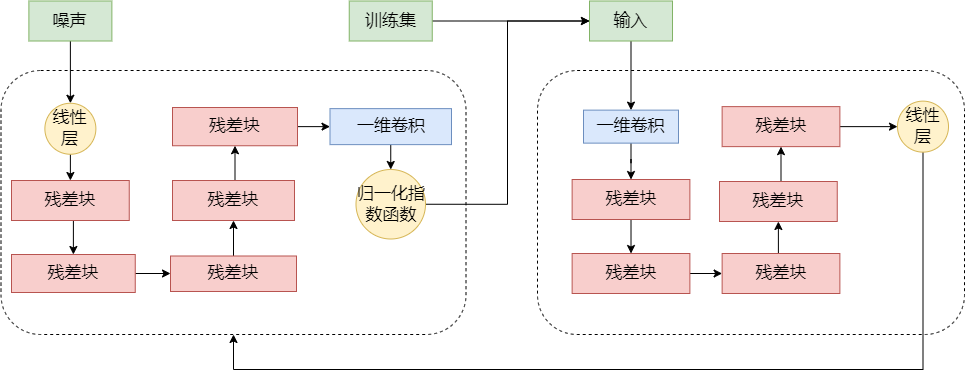
This is passgan-structure.drawio.png from lakomi/pictures, a draw.io export, as it was before one commit. Source tidied: cells renumbered, new cells last; positions are measured from the earlier drawing's top-left corner, leaving out a move shared by most shapes.
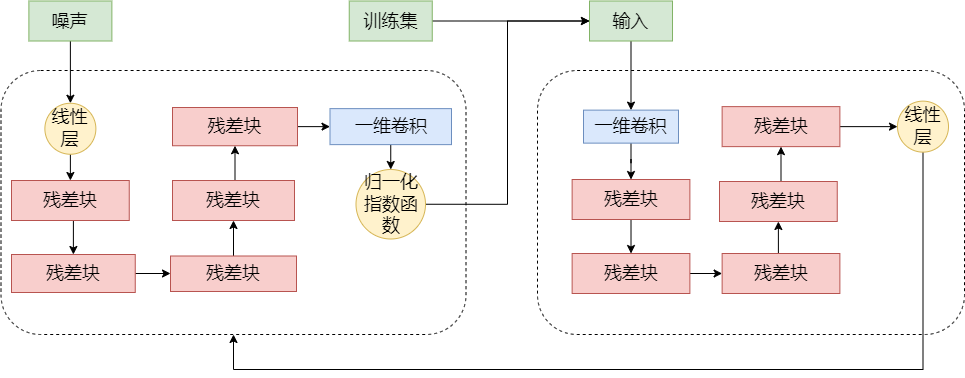
Above is the later version.

The edit, as a diff of the source:
```diff
@@ -2,115 +2,115 @@
   <root>
     <mxCell id="0" />
     <mxCell id="1" parent="0" />
-    <mxCell id="2" style="rounded=1;whiteSpace=wrap;html=1;fontSize=17;dashed=1;" parent="1" vertex="1">
+    <mxCell id="2" style="rounded=1;whiteSpace=wrap;html=1;fontSize=18;dashed=1;" parent="1" vertex="1">
       <mxGeometry x="-0.5" y="70" width="465" height="264" as="geometry" />
     </mxCell>
-    <mxCell id="3" style="edgeStyle=orthogonalEdgeStyle;rounded=0;jettySize=auto;html=1;exitX=0.5;exitY=1;exitDx=0;exitDy=0;entryX=0.5;entryY=0;entryDx=0;entryDy=0;" parent="1" edge="1" source="4" target="6">
+    <mxCell id="3" style="edgeStyle=orthogonalEdgeStyle;rounded=0;jettySize=auto;html=1;exitX=0.5;exitY=1;exitDx=0;exitDy=0;entryX=0.5;entryY=0;entryDx=0;entryDy=0;fontSize=18;" parent="1" edge="1" source="4" target="6">
       <mxGeometry relative="1" as="geometry" />
     </mxCell>
-    <mxCell id="4" value="噪声" style="rounded=0;whiteSpace=wrap;html=1;fontSize=17;fillColor=#d5e8d4;strokeColor=#82b366;" parent="1" vertex="1">
+    <mxCell id="4" value="噪声" style="rounded=0;whiteSpace=wrap;html=1;fontSize=18;fillColor=#d5e8d4;strokeColor=#82b366;" parent="1" vertex="1">
       <mxGeometry x="27.4" y="0.5" width="83" height="40" as="geometry" />
     </mxCell>
-    <mxCell id="5" style="edgeStyle=orthogonalEdgeStyle;rounded=0;jettySize=auto;html=1;exitX=0.5;exitY=1;exitDx=0;exitDy=0;entryX=0.5;entryY=0;entryDx=0;entryDy=0;fontSize=17;" parent="1" edge="1" source="6" target="8">
+    <mxCell id="5" style="edgeStyle=orthogonalEdgeStyle;rounded=0;jettySize=auto;html=1;exitX=0.5;exitY=1;exitDx=0;exitDy=0;entryX=0.5;entryY=0;entryDx=0;entryDy=0;fontSize=18;" parent="1" edge="1" source="6" target="8">
       <mxGeometry relative="1" as="geometry" />
     </mxCell>
-    <mxCell id="6" value="线性层" style="ellipse;whiteSpace=wrap;html=1;fontSize=17;fillColor=#fff2cc;strokeColor=#d6b656;" parent="1" vertex="1">
+    <mxCell id="6" value="线性层" style="ellipse;whiteSpace=wrap;html=1;fontSize=18;fillColor=#fff2cc;strokeColor=#d6b656;" parent="1" vertex="1">
       <mxGeometry x="43.4" y="102.8" width="51" height="51" as="geometry" />
     </mxCell>
-    <mxCell id="7" style="edgeStyle=orthogonalEdgeStyle;rounded=0;jettySize=auto;html=1;exitX=0.5;exitY=1;exitDx=0;exitDy=0;entryX=0.5;entryY=0;entryDx=0;entryDy=0;fontSize=17;" parent="1" edge="1" source="8" target="10">
+    <mxCell id="7" style="edgeStyle=orthogonalEdgeStyle;rounded=0;jettySize=auto;html=1;exitX=0.5;exitY=1;exitDx=0;exitDy=0;entryX=0.5;entryY=0;entryDx=0;entryDy=0;fontSize=18;" parent="1" edge="1" source="8" target="10">
       <mxGeometry relative="1" as="geometry" />
     </mxCell>
-    <mxCell id="8" value="残差块" style="rounded=0;whiteSpace=wrap;html=1;fontSize=17;fillColor=#f8cecc;strokeColor=#b85450;" parent="1" vertex="1">
+    <mxCell id="8" value="残差块" style="rounded=0;whiteSpace=wrap;html=1;fontSize=18;fillColor=#f8cecc;strokeColor=#b85450;" parent="1" vertex="1">
       <mxGeometry x="10" y="180" width="117.8" height="40" as="geometry" />
     </mxCell>
-    <mxCell id="9" style="edgeStyle=orthogonalEdgeStyle;rounded=0;jettySize=auto;html=1;exitX=1;exitY=0.5;exitDx=0;exitDy=0;entryX=0;entryY=0.5;entryDx=0;entryDy=0;fontSize=17;" parent="1" edge="1" source="10" target="12">
+    <mxCell id="9" style="edgeStyle=orthogonalEdgeStyle;rounded=0;jettySize=auto;html=1;exitX=1;exitY=0.5;exitDx=0;exitDy=0;entryX=0;entryY=0.5;entryDx=0;entryDy=0;fontSize=18;" parent="1" edge="1" source="10" target="12">
       <mxGeometry relative="1" as="geometry" />
     </mxCell>
-    <mxCell id="10" value="残差块" style="rounded=0;whiteSpace=wrap;html=1;fontSize=17;fillColor=#f8cecc;strokeColor=#b85450;" parent="1" vertex="1">
+    <mxCell id="10" value="残差块" style="rounded=0;whiteSpace=wrap;html=1;fontSize=18;fillColor=#f8cecc;strokeColor=#b85450;" parent="1" vertex="1">
       <mxGeometry x="10" y="254" width="123.8" height="38" as="geometry" />
     </mxCell>
-    <mxCell id="11" style="edgeStyle=orthogonalEdgeStyle;rounded=0;jettySize=auto;html=1;exitX=0.5;exitY=0;exitDx=0;exitDy=0;entryX=0.5;entryY=1;entryDx=0;entryDy=0;fontSize=17;" parent="1" edge="1" source="12" target="14">
+    <mxCell id="11" style="edgeStyle=orthogonalEdgeStyle;rounded=0;jettySize=auto;html=1;exitX=0.5;exitY=0;exitDx=0;exitDy=0;entryX=0.5;entryY=1;entryDx=0;entryDy=0;fontSize=18;" parent="1" edge="1" source="12" target="14">
       <mxGeometry relative="1" as="geometry" />
     </mxCell>
-    <mxCell id="12" value="残差块" style="rounded=0;whiteSpace=wrap;html=1;fontSize=17;fillColor=#f8cecc;strokeColor=#b85450;" parent="1" vertex="1">
+    <mxCell id="12" value="残差块" style="rounded=0;whiteSpace=wrap;html=1;fontSize=18;fillColor=#f8cecc;strokeColor=#b85450;" parent="1" vertex="1">
       <mxGeometry x="169" y="255.5" width="126" height="35.5" as="geometry" />
     </mxCell>
-    <mxCell id="13" style="edgeStyle=orthogonalEdgeStyle;rounded=0;jettySize=auto;html=1;exitX=0.5;exitY=0;exitDx=0;exitDy=0;entryX=0.5;entryY=1;entryDx=0;entryDy=0;fontSize=17;" parent="1" edge="1" source="14" target="16">
+    <mxCell id="13" style="edgeStyle=orthogonalEdgeStyle;rounded=0;jettySize=auto;html=1;exitX=0.5;exitY=0;exitDx=0;exitDy=0;entryX=0.5;entryY=1;entryDx=0;entryDy=0;fontSize=18;" parent="1" edge="1" source="14" target="16">
       <mxGeometry relative="1" as="geometry" />
     </mxCell>
-    <mxCell id="14" value="残差块" style="rounded=0;whiteSpace=wrap;html=1;fontSize=17;fillColor=#f8cecc;strokeColor=#b85450;" parent="1" vertex="1">
+    <mxCell id="14" value="残差块" style="rounded=0;whiteSpace=wrap;html=1;fontSize=18;fillColor=#f8cecc;strokeColor=#b85450;" parent="1" vertex="1">
       <mxGeometry x="171" y="180" width="122" height="40" as="geometry" />
     </mxCell>
-    <mxCell id="15" style="edgeStyle=orthogonalEdgeStyle;rounded=0;jettySize=auto;html=1;exitX=1;exitY=0.5;exitDx=0;exitDy=0;entryX=0;entryY=0.5;entryDx=0;entryDy=0;strokeWidth=1;" parent="1" edge="1" source="16" target="18">
+    <mxCell id="15" style="edgeStyle=orthogonalEdgeStyle;rounded=0;jettySize=auto;html=1;exitX=1;exitY=0.5;exitDx=0;exitDy=0;entryX=0;entryY=0.5;entryDx=0;entryDy=0;strokeWidth=1;fontSize=18;" parent="1" edge="1" source="16" target="18">
       <mxGeometry relative="1" as="geometry" />
     </mxCell>
-    <mxCell id="16" value="残差块" style="rounded=0;whiteSpace=wrap;html=1;fontSize=17;fillColor=#f8cecc;strokeColor=#b85450;" parent="1" vertex="1">
+    <mxCell id="16" value="残差块" style="rounded=0;whiteSpace=wrap;html=1;fontSize=18;fillColor=#f8cecc;strokeColor=#b85450;" parent="1" vertex="1">
       <mxGeometry x="171" y="107" width="125" height="38.2" as="geometry" />
     </mxCell>
-    <mxCell id="17" style="edgeStyle=orthogonalEdgeStyle;rounded=0;jettySize=auto;html=1;exitX=0.5;exitY=1;exitDx=0;exitDy=0;entryX=0.5;entryY=0;entryDx=0;entryDy=0;fontSize=17;" parent="1" edge="1" source="18" target="20">
+    <mxCell id="17" style="edgeStyle=orthogonalEdgeStyle;rounded=0;jettySize=auto;html=1;exitX=0.5;exitY=1;exitDx=0;exitDy=0;entryX=0.5;entryY=0;entryDx=0;entryDy=0;fontSize=18;" parent="1" edge="1" source="18" target="20">
       <mxGeometry relative="1" as="geometry" />
     </mxCell>
-    <mxCell id="18" value="一维卷积" style="rounded=0;whiteSpace=wrap;html=1;fontSize=17;fillColor=#dae8fc;strokeColor=#6c8ebf;" parent="1" vertex="1">
+    <mxCell id="18" value="一维卷积" style="rounded=0;whiteSpace=wrap;html=1;fontSize=18;fillColor=#dae8fc;strokeColor=#6c8ebf;" parent="1" vertex="1">
       <mxGeometry x="328.5" y="108.1" width="121.5" height="36" as="geometry" />
     </mxCell>
-    <mxCell id="19" style="edgeStyle=orthogonalEdgeStyle;rounded=0;jettySize=auto;html=1;exitX=1;exitY=0.5;exitDx=0;exitDy=0;entryX=0;entryY=0.5;entryDx=0;entryDy=0;strokeWidth=1;" parent="1" edge="1" source="20" target="23">
+    <mxCell id="19" style="edgeStyle=orthogonalEdgeStyle;rounded=0;jettySize=auto;html=1;exitX=1;exitY=0.5;exitDx=0;exitDy=0;entryX=0;entryY=0.5;entryDx=0;entryDy=0;strokeWidth=1;fontSize=18;" parent="1" edge="1" source="20" target="23">
       <mxGeometry relative="1" as="geometry" />
     </mxCell>
-    <mxCell id="20" value="归一化指数函数" style="ellipse;whiteSpace=wrap;html=1;fontSize=17;fillColor=#fff2cc;strokeColor=#d6b656;" parent="1" vertex="1">
+    <mxCell id="20" value="归一化指数函数" style="ellipse;whiteSpace=wrap;html=1;fontSize=18;fillColor=#fff2cc;strokeColor=#d6b656;" parent="1" vertex="1">
       <mxGeometry x="354.5" y="169" width="69.5" height="69.5" as="geometry" />
     </mxCell>
-    <mxCell id="21" style="rounded=1;whiteSpace=wrap;html=1;fontSize=17;dashed=1;" parent="1" vertex="1">
+    <mxCell id="21" style="rounded=1;whiteSpace=wrap;html=1;fontSize=18;dashed=1;" parent="1" vertex="1">
       <mxGeometry x="536" y="70" width="427" height="264" as="geometry" />
     </mxCell>
-    <mxCell id="22" style="edgeStyle=orthogonalEdgeStyle;rounded=0;jettySize=auto;html=1;exitX=0.5;exitY=1;exitDx=0;exitDy=0;entryX=0.5;entryY=0;entryDx=0;entryDy=0;" parent="1" edge="1" source="23" target="27">
+    <mxCell id="22" style="edgeStyle=orthogonalEdgeStyle;rounded=0;jettySize=auto;html=1;exitX=0.5;exitY=1;exitDx=0;exitDy=0;entryX=0.5;entryY=0;entryDx=0;entryDy=0;fontSize=18;" parent="1" edge="1" source="23" target="27">
       <mxGeometry relative="1" as="geometry" />
     </mxCell>
-    <mxCell id="23" value="输入" style="rounded=0;whiteSpace=wrap;html=1;fontSize=17;fillColor=#d5e8d4;strokeColor=#82b366;" parent="1" vertex="1">
+    <mxCell id="23" value="输入" style="rounded=0;whiteSpace=wrap;html=1;fontSize=18;fillColor=#d5e8d4;strokeColor=#82b366;" parent="1" vertex="1">
       <mxGeometry x="588" y="0.5" width="83" height="40" as="geometry" />
     </mxCell>
-    <mxCell id="24" style="edgeStyle=orthogonalEdgeStyle;rounded=0;jettySize=auto;html=1;exitX=1;exitY=0.5;exitDx=0;exitDy=0;entryX=0;entryY=0.5;entryDx=0;entryDy=0;fontSize=17;strokeWidth=1;" parent="1" edge="1" source="25" target="23">
+    <mxCell id="24" style="edgeStyle=orthogonalEdgeStyle;rounded=0;jettySize=auto;html=1;exitX=1;exitY=0.5;exitDx=0;exitDy=0;entryX=0;entryY=0.5;entryDx=0;entryDy=0;fontSize=18;strokeWidth=1;" parent="1" edge="1" source="25" target="23">
       <mxGeometry relative="1" as="geometry" />
     </mxCell>
-    <mxCell id="25" value="训练集" style="rounded=0;whiteSpace=wrap;html=1;fontSize=17;fillColor=#d5e8d4;strokeColor=#82b366;" parent="1" vertex="1">
+    <mxCell id="25" value="训练集" style="rounded=0;whiteSpace=wrap;html=1;fontSize=18;fillColor=#d5e8d4;strokeColor=#82b366;" parent="1" vertex="1">
       <mxGeometry x="347.8" y="0.5" width="83" height="40" as="geometry" />
     </mxCell>
-    <mxCell id="26" style="edgeStyle=orthogonalEdgeStyle;rounded=0;jettySize=auto;html=1;exitX=0.5;exitY=1;exitDx=0;exitDy=0;fontSize=17;" parent="1" edge="1" source="27" target="29">
+    <mxCell id="26" style="edgeStyle=orthogonalEdgeStyle;rounded=0;jettySize=auto;html=1;exitX=0.5;exitY=1;exitDx=0;exitDy=0;fontSize=18;" parent="1" edge="1" source="27" target="29">
       <mxGeometry relative="1" as="geometry" />
     </mxCell>
-    <mxCell id="27" value="一维卷积" style="rounded=0;whiteSpace=wrap;html=1;fontSize=17;fillColor=#dae8fc;strokeColor=#6c8ebf;" parent="1" vertex="1">
+    <mxCell id="27" value="一维卷积" style="rounded=0;whiteSpace=wrap;html=1;fontSize=18;fillColor=#dae8fc;strokeColor=#6c8ebf;" parent="1" vertex="1">
       <mxGeometry x="582" y="109.6" width="95" height="33" as="geometry" />
     </mxCell>
-    <mxCell id="28" style="edgeStyle=orthogonalEdgeStyle;rounded=0;jettySize=auto;html=1;exitX=0.5;exitY=1;exitDx=0;exitDy=0;entryX=0.5;entryY=0;entryDx=0;entryDy=0;fontSize=17;" parent="1" edge="1" source="29" target="31">
+    <mxCell id="28" style="edgeStyle=orthogonalEdgeStyle;rounded=0;jettySize=auto;html=1;exitX=0.5;exitY=1;exitDx=0;exitDy=0;entryX=0.5;entryY=0;entryDx=0;entryDy=0;fontSize=18;" parent="1" edge="1" source="29" target="31">
       <mxGeometry relative="1" as="geometry" />
     </mxCell>
-    <mxCell id="29" value="残差块" style="rounded=0;whiteSpace=wrap;html=1;fontSize=17;fillColor=#f8cecc;strokeColor=#b85450;" parent="1" vertex="1">
+    <mxCell id="29" value="残差块" style="rounded=0;whiteSpace=wrap;html=1;fontSize=18;fillColor=#f8cecc;strokeColor=#b85450;" parent="1" vertex="1">
       <mxGeometry x="570.6" y="179" width="117.8" height="40" as="geometry" />
     </mxCell>
-    <mxCell id="30" style="edgeStyle=orthogonalEdgeStyle;rounded=0;jettySize=auto;html=1;exitX=1;exitY=0.5;exitDx=0;exitDy=0;entryX=0;entryY=0.5;entryDx=0;entryDy=0;fontSize=17;" parent="1" edge="1" source="31" target="33">
+    <mxCell id="30" style="edgeStyle=orthogonalEdgeStyle;rounded=0;jettySize=auto;html=1;exitX=1;exitY=0.5;exitDx=0;exitDy=0;entryX=0;entryY=0.5;entryDx=0;entryDy=0;fontSize=18;" parent="1" edge="1" source="31" target="33">
       <mxGeometry relative="1" as="geometry" />
     </mxCell>
-    <mxCell id="31" value="残差块" style="rounded=0;whiteSpace=wrap;html=1;fontSize=17;fillColor=#f8cecc;strokeColor=#b85450;" parent="1" vertex="1">
+    <mxCell id="31" value="残差块" style="rounded=0;whiteSpace=wrap;html=1;fontSize=18;fillColor=#f8cecc;strokeColor=#b85450;" parent="1" vertex="1">
       <mxGeometry x="570.6" y="253" width="117.8" height="40" as="geometry" />
     </mxCell>
-    <mxCell id="32" style="edgeStyle=orthogonalEdgeStyle;rounded=0;jettySize=auto;html=1;exitX=0.5;exitY=0;exitDx=0;exitDy=0;entryX=0.5;entryY=1;entryDx=0;entryDy=0;fontSize=17;" parent="1" edge="1" source="33" target="35">
+    <mxCell id="32" style="edgeStyle=orthogonalEdgeStyle;rounded=0;jettySize=auto;html=1;exitX=0.5;exitY=0;exitDx=0;exitDy=0;entryX=0.5;entryY=1;entryDx=0;entryDy=0;fontSize=18;" parent="1" edge="1" source="33" target="35">
       <mxGeometry relative="1" as="geometry" />
     </mxCell>
-    <mxCell id="33" value="残差块" style="rounded=0;whiteSpace=wrap;html=1;fontSize=17;fillColor=#f8cecc;strokeColor=#b85450;" parent="1" vertex="1">
+    <mxCell id="33" value="残差块" style="rounded=0;whiteSpace=wrap;html=1;fontSize=18;fillColor=#f8cecc;strokeColor=#b85450;" parent="1" vertex="1">
       <mxGeometry x="720.6" y="253" width="117.8" height="40" as="geometry" />
     </mxCell>
-    <mxCell id="34" style="edgeStyle=orthogonalEdgeStyle;rounded=0;jettySize=auto;html=1;exitX=0.5;exitY=0;exitDx=0;exitDy=0;entryX=0.5;entryY=1;entryDx=0;entryDy=0;fontSize=17;" parent="1" edge="1" source="35" target="37">
+    <mxCell id="34" style="edgeStyle=orthogonalEdgeStyle;rounded=0;jettySize=auto;html=1;exitX=0.5;exitY=0;exitDx=0;exitDy=0;entryX=0.5;entryY=1;entryDx=0;entryDy=0;fontSize=18;" parent="1" edge="1" source="35" target="37">
       <mxGeometry relative="1" as="geometry" />
     </mxCell>
-    <mxCell id="35" value="残差块" style="rounded=0;whiteSpace=wrap;html=1;fontSize=17;fillColor=#f8cecc;strokeColor=#b85450;" parent="1" vertex="1">
+    <mxCell id="35" value="残差块" style="rounded=0;whiteSpace=wrap;html=1;fontSize=18;fillColor=#f8cecc;strokeColor=#b85450;" parent="1" vertex="1">
       <mxGeometry x="718" y="181" width="117.8" height="40" as="geometry" />
     </mxCell>
-    <mxCell id="36" style="edgeStyle=orthogonalEdgeStyle;rounded=0;jettySize=auto;html=1;exitX=1;exitY=0.5;exitDx=0;exitDy=0;entryX=0;entryY=0.5;entryDx=0;entryDy=0;fontSize=17;" parent="1" edge="1" source="37" target="39">
+    <mxCell id="36" style="edgeStyle=orthogonalEdgeStyle;rounded=0;jettySize=auto;html=1;exitX=1;exitY=0.5;exitDx=0;exitDy=0;entryX=0;entryY=0.5;entryDx=0;entryDy=0;fontSize=18;" parent="1" edge="1" source="37" target="39">
       <mxGeometry relative="1" as="geometry" />
     </mxCell>
-    <mxCell id="37" value="残差块" style="rounded=0;whiteSpace=wrap;html=1;fontSize=17;fillColor=#f8cecc;strokeColor=#b85450;" parent="1" vertex="1">
+    <mxCell id="37" value="残差块" style="rounded=0;whiteSpace=wrap;html=1;fontSize=18;fillColor=#f8cecc;strokeColor=#b85450;" parent="1" vertex="1">
       <mxGeometry x="720.6" y="106.1" width="117.8" height="40" as="geometry" />
     </mxCell>
-    <mxCell id="38" style="edgeStyle=orthogonalEdgeStyle;rounded=0;jettySize=auto;html=1;exitX=0.5;exitY=1;exitDx=0;exitDy=0;entryX=0.5;entryY=1;entryDx=0;entryDy=0;" parent="1" edge="1" source="39" target="2">
+    <mxCell id="38" style="edgeStyle=orthogonalEdgeStyle;rounded=0;jettySize=auto;html=1;exitX=0.5;exitY=1;exitDx=0;exitDy=0;entryX=0.5;entryY=1;entryDx=0;entryDy=0;fontSize=18;" parent="1" edge="1" source="39" target="2">
       <mxGeometry relative="1" as="geometry">
         <Array as="points">
           <mxPoint x="922" y="369" />
@@ -118,7 +118,7 @@
         </Array>
       </mxGeometry>
     </mxCell>
-    <mxCell id="39" value="线性层" style="ellipse;whiteSpace=wrap;html=1;fontSize=17;fillColor=#fff2cc;strokeColor=#d6b656;" parent="1" vertex="1">
+    <mxCell id="39" value="线性层" style="ellipse;whiteSpace=wrap;html=1;fontSize=18;fillColor=#fff2cc;strokeColor=#d6b656;" parent="1" vertex="1">
       <mxGeometry x="896" y="100.6" width="51" height="51" as="geometry" />
     </mxCell>
   </root>
```
